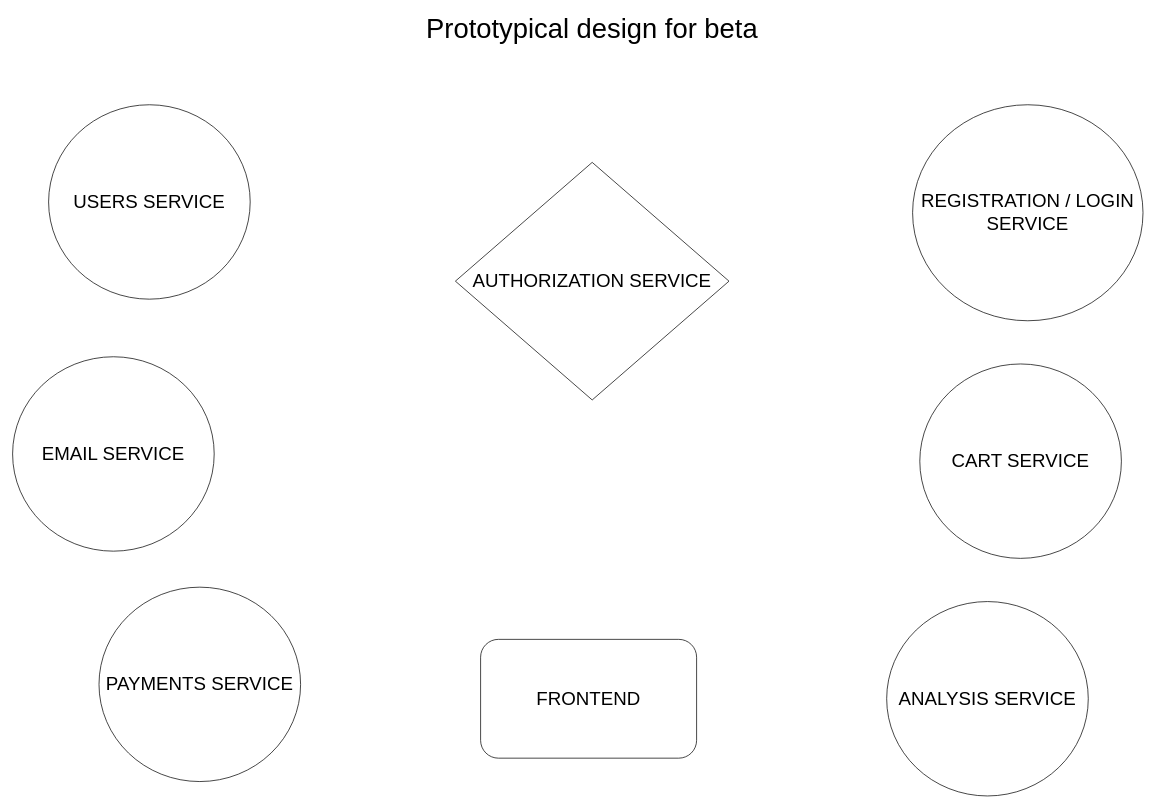
The draw.io diagram docs/diagrams/Prototype for services diagram.drawio in vAndrewKarma/Sentiment-Insights, before the edit. Source tidied: cells renumbered, new cells numbered last; positions are measured from the earlier drawing's top-left corner, leaving out a move shared by most shapes. Both pictures are drawn from the tidied source at 72%, with x=0, y=0 at pixel (12, 18).
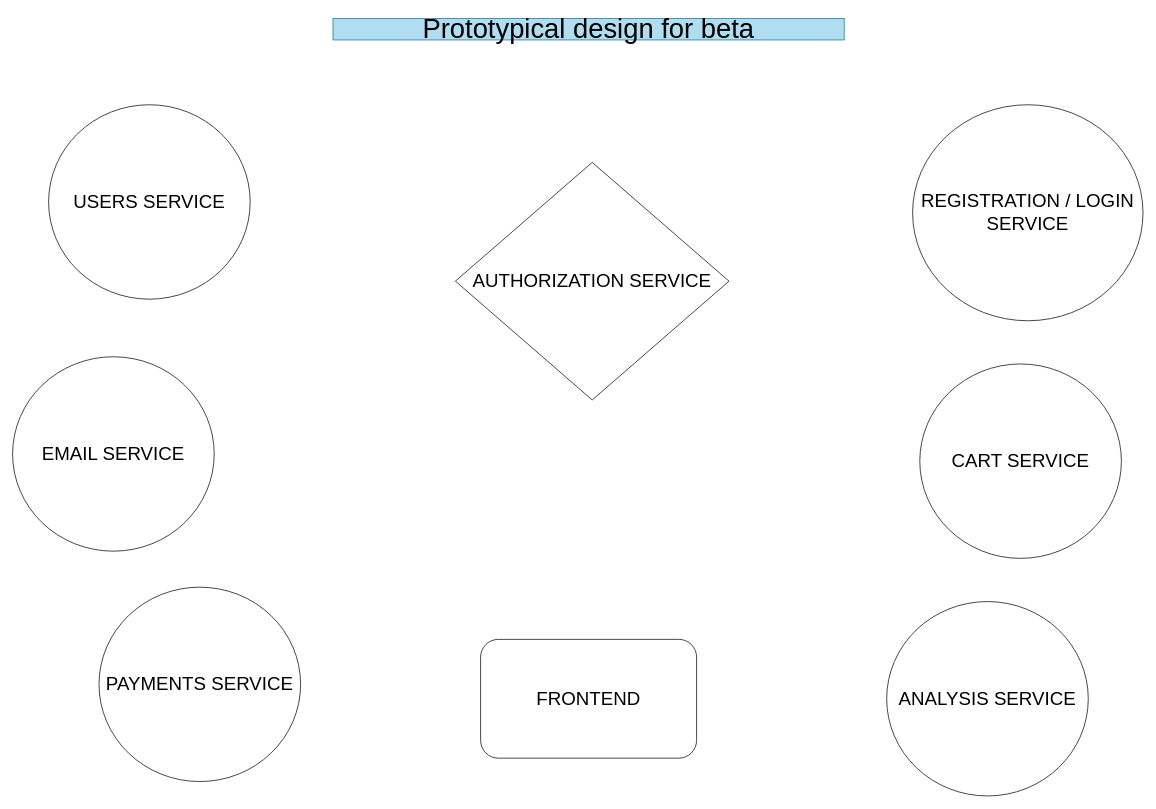
The same diagram, later.

What changed in the source:
```diff
@@
 <mxGraphModel>
   <root>
     <mxCell id="0" />
     <mxCell id="1" parent="0" />
     <mxCell id="2" value="&lt;font style=&quot;font-size: 26px;&quot;&gt;USERS SERVICE&lt;/font&gt;" style="ellipse;whiteSpace=wrap;html=1;" parent="1" vertex="1">
       <mxGeometry x="50" y="120" width="280" height="270" as="geometry" />
     </mxCell>
     <mxCell id="3" value="&lt;font style=&quot;font-size: 26px;&quot;&gt;ANALYSIS SERVICE&lt;/font&gt;" style="ellipse;whiteSpace=wrap;html=1;" parent="1" vertex="1">
       <mxGeometry x="1214" y="810" width="280" height="270" as="geometry" />
     </mxCell>
     <mxCell id="4" value="&lt;font style=&quot;font-size: 26px;&quot;&gt;PAYMENTS SERVICE&lt;/font&gt;" style="ellipse;whiteSpace=wrap;html=1;" parent="1" vertex="1">
       <mxGeometry x="120" y="790" width="280" height="270" as="geometry" />
     </mxCell>
     <mxCell id="5" value="&lt;font style=&quot;font-size: 26px;&quot;&gt;EMAIL SERVICE&lt;/font&gt;" style="ellipse;whiteSpace=wrap;html=1;" parent="1" vertex="1">
       <mxGeometry y="470" width="280" height="270" as="geometry" />
     </mxCell>
     <mxCell id="6" value="&lt;font style=&quot;font-size: 26px;&quot;&gt;FRONTEND&lt;/font&gt;" style="rounded=1;whiteSpace=wrap;html=1;" parent="1" vertex="1">
       <mxGeometry x="650" y="862.5" width="300" height="165" as="geometry" />
     </mxCell>
     <mxCell id="7" value="&lt;font style=&quot;font-size: 26px;&quot;&gt;CART SERVICE&lt;/font&gt;" style="ellipse;whiteSpace=wrap;html=1;" parent="1" vertex="1">
       <mxGeometry x="1260" y="480" width="280" height="270" as="geometry" />
     </mxCell>
-    <mxCell id="8" value="&lt;font style=&quot;font-size: 38px;&quot;&gt;Prototypical design for beta&lt;/font&gt;" style="text;html=1;align=center;verticalAlign=middle;whiteSpace=wrap;rounded=0;" parent="1" vertex="1">
-      <mxGeometry x="500" width="610" height="30" as="geometry" />
+    <mxCell id="8" value="&lt;font style=&quot;font-size: 38px;&quot;&gt;Prototypical design for beta&lt;/font&gt;" style="text;html=1;align=center;verticalAlign=middle;whiteSpace=wrap;rounded=0;fillColor=#b1ddf0;strokeColor=#10739e;" parent="1" vertex="1">
+      <mxGeometry x="445" width="710" height="30" as="geometry" />
     </mxCell>
     <mxCell id="9" value="&lt;font style=&quot;font-size: 26px;&quot;&gt;REGISTRATION / LOGIN SERVICE&lt;/font&gt;" style="ellipse;whiteSpace=wrap;html=1;" parent="1" vertex="1">
       <mxGeometry x="1250" y="120" width="320" height="300" as="geometry" />
     </mxCell>
     <mxCell id="10" value="&lt;font style=&quot;font-size: 26px;&quot;&gt;AUTHORIZATION SERVICE&lt;/font&gt;" style="rhombus;whiteSpace=wrap;html=1;" parent="1" vertex="1">
       <mxGeometry x="615" y="200" width="380" height="330" as="geometry" />
     </mxCell>
   </root>
 </mxGraphModel>
```
